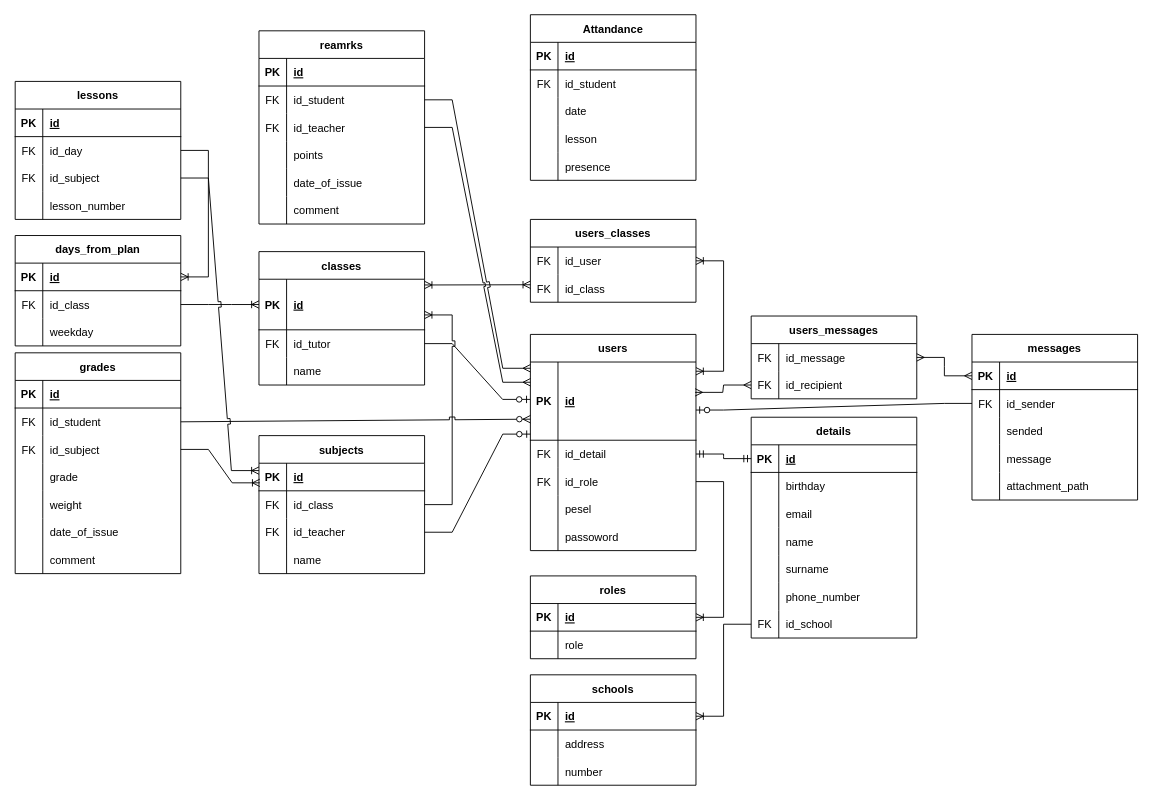
Above: Diarium.drawio in Wadowski-Mateusz/WdPAI (draw.io), before the change. Source tidied: cells renumbered, new cells numbered last; positions are measured from the earlier drawing's top-left corner, leaving out a move shared by most shapes. Both pictures are drawn from the tidied source at 92%, with x=0, y=0 at pixel (15, 14).
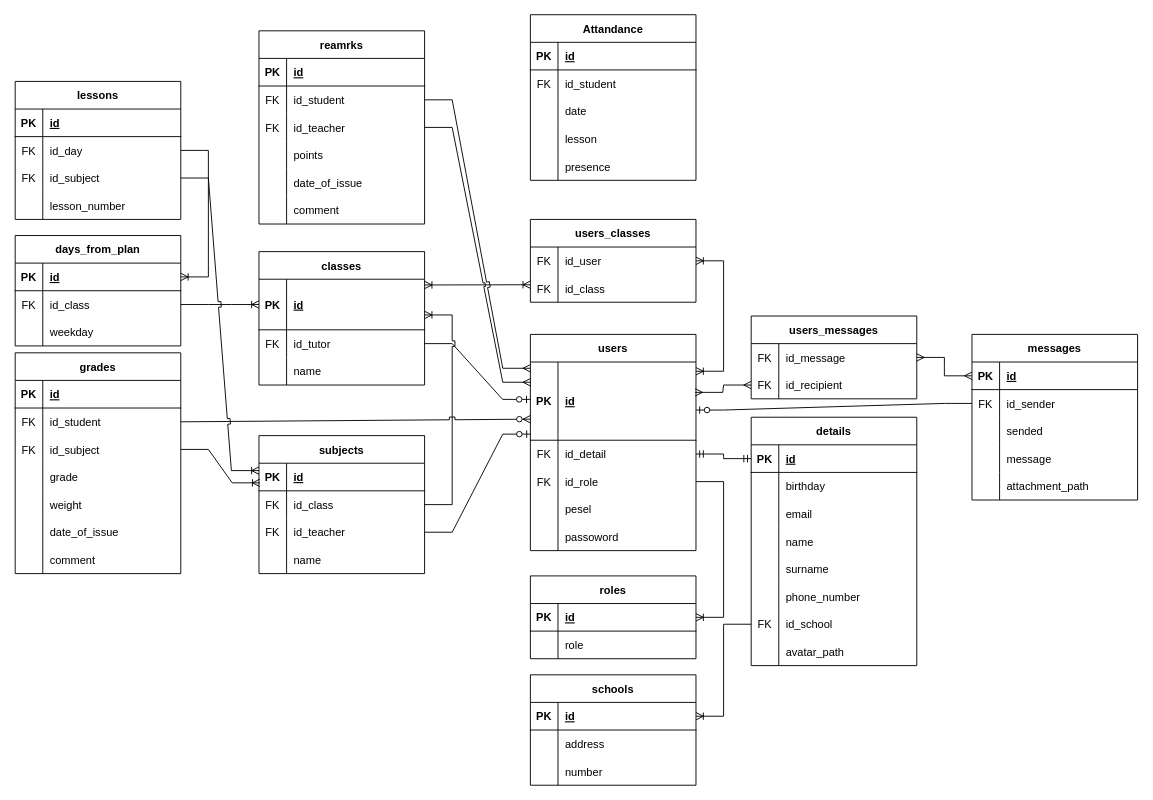
Above is the later version.

The edit, as a diff of the source:
```diff
@@
     <mxCell id="138" value="details" style="shape=table;startSize=30;childLayout=tableLayout;rowLines=0;fontStyle=1;align=center;rounded=0;labelBackgroundColor=none;" parent="1" vertex="1">
-      <mxGeometry x="800" y="438" width="180" height="240" as="geometry" />
+      <mxGeometry x="800" y="438" width="180" height="270" as="geometry" />
     </mxCell>
@@
+    <mxCell id="208" style="shape=tableRow;horizontal=0;startSize=0;swimlaneHead=0;swimlaneBody=0;fillColor=none;top=0;left=0;right=0;bottom=0;" parent="138" vertex="1">
+      <mxGeometry y="240" width="180" height="30" as="geometry" />
+    </mxCell>
+    <mxCell id="209" style="shape=partialRectangle;fillColor=none;top=0;left=0;bottom=0;right=0;fontStyle=0;overflow=hidden;" parent="208" vertex="1">
+      <mxGeometry width="30" height="30" as="geometry" />
+    </mxCell>
+    <mxCell id="210" value="avatar_path" style="shape=partialRectangle;fillColor=none;top=0;left=0;bottom=0;right=0;align=left;spacingLeft=6;fontStyle=0;overflow=hidden;" parent="208" vertex="1">
+      <mxGeometry x="30" width="150" height="30" as="geometry" />
+    </mxCell>
```
